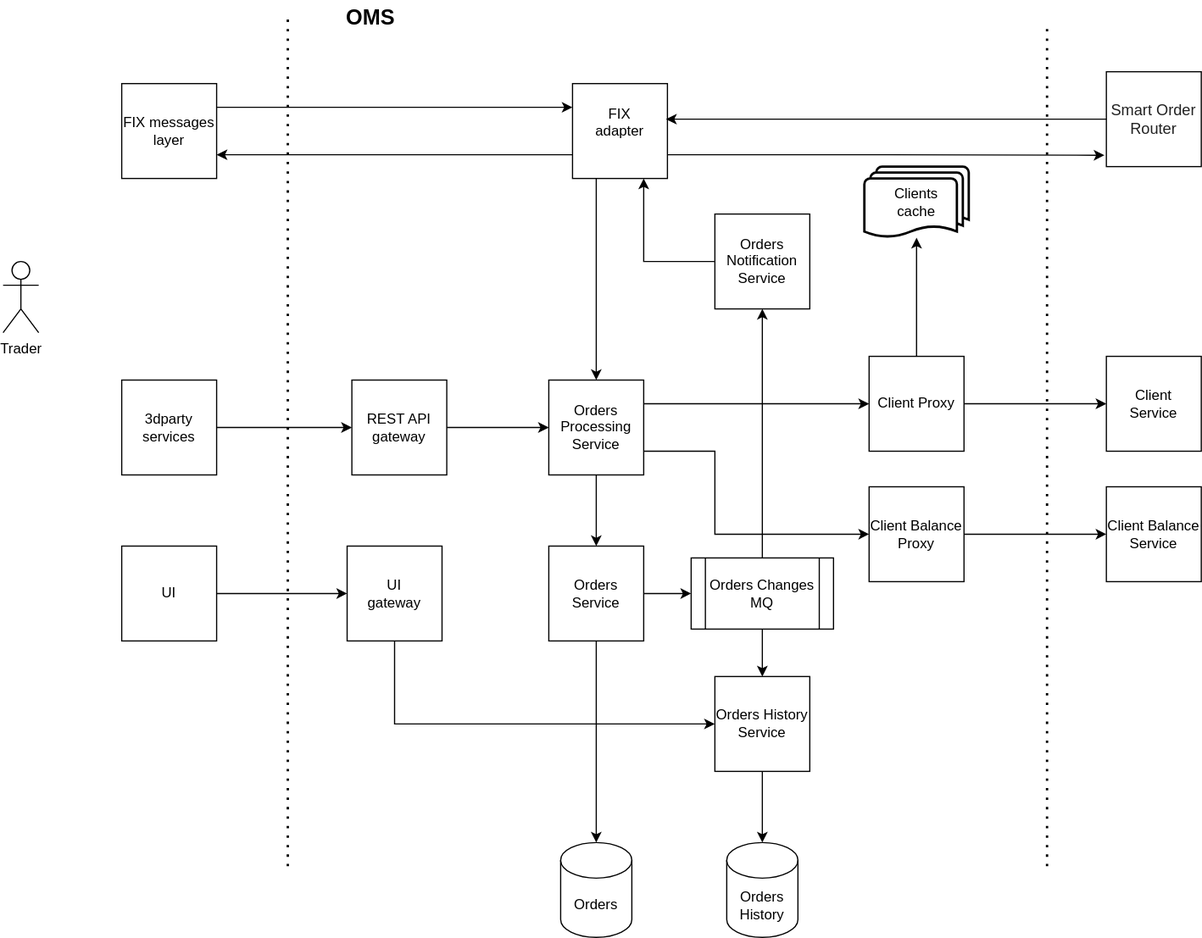
The draw.io diagram FX_OMS_1.drawio.svg in yovchynnikov/fx_oms, before a commit. Source tidied: cells renumbered, new cells last; positions are measured from the earlier drawing's top-left corner, leaving out a move shared by most shapes.
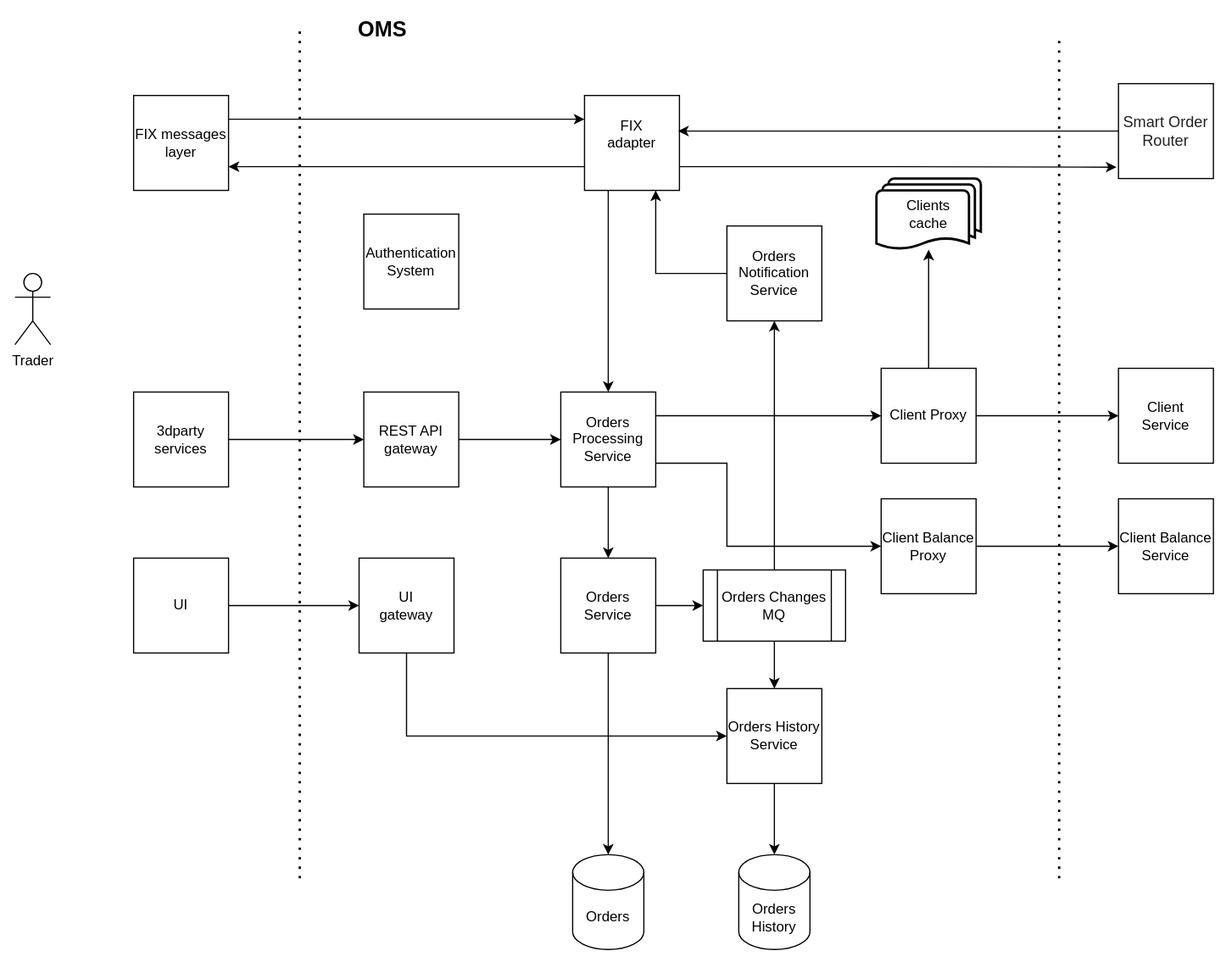
After the commit.

Change to the diagram source:
```diff
@@ -149,5 +149,8 @@
     <mxCell id="45" value="Orders Notification Service" style="whiteSpace=wrap;html=1;" parent="1" vertex="1">
       <mxGeometry x="600" y="180" width="80" height="80" as="geometry" />
     </mxCell>
+    <mxCell id="46" value="Authentication&lt;br&gt;System" style="whiteSpace=wrap;html=1;" parent="1" vertex="1">
+      <mxGeometry x="294" y="170" width="80" height="80" as="geometry" />
+    </mxCell>
   </root>
 </mxGraphModel>
```
